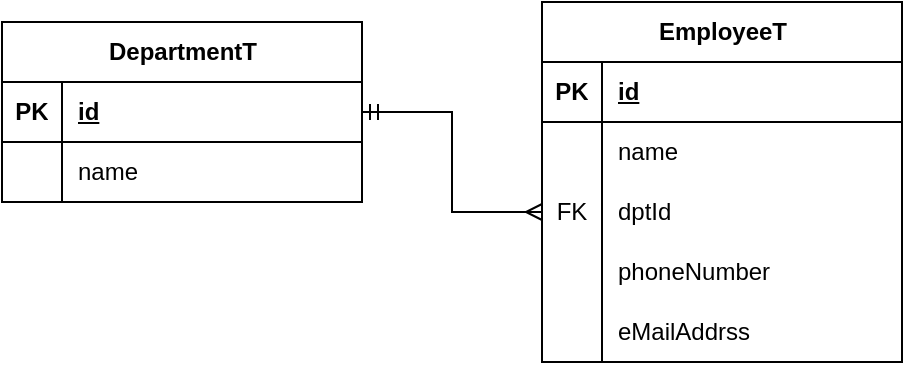
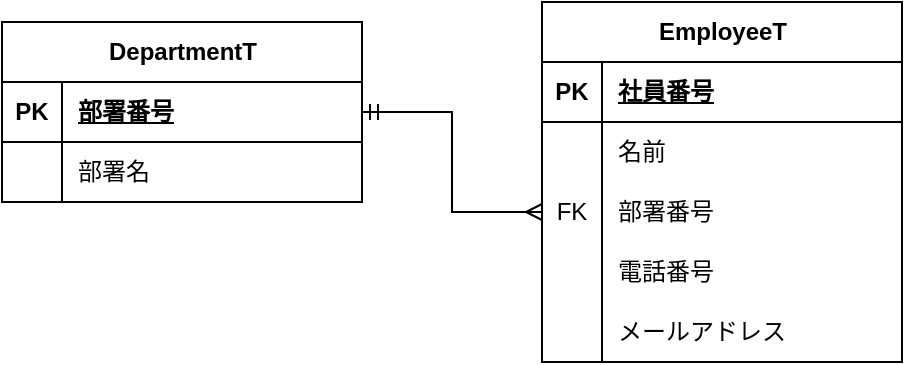
<mxfile host="app.diagrams.net">
  <diagram name="ページ-1" id="qFXkQdTUhJNOJW--J9Lk">
-     <mxGraphModel dx="774" dy="451" grid="1" gridSize="10" guides="1" tooltips="1" connect="1" arrows="1" fold="1" page="1" pageScale="1" pageWidth="827" pageHeight="1169" math="0" shadow="0">
+     <mxGraphModel dx="1013" dy="451" grid="1" gridSize="10" guides="1" tooltips="1" connect="1" arrows="1" fold="1" page="1" pageScale="1" pageWidth="827" pageHeight="1169" math="0" shadow="0">
      <root>
        <mxCell id="0" />
        <mxCell id="1" parent="0" />
        <mxCell id="5Pgmq8pHh0jsgr3lPCGp-1" parent="1" style="shape=table;startSize=30;container=1;collapsible=1;childLayout=tableLayout;fixedRows=1;rowLines=0;fontStyle=1;align=center;resizeLast=1;html=1;" value="EmployeeT" vertex="1">
          <mxGeometry height="180" width="180" x="350" y="110" as="geometry" />
        </mxCell>
        <mxCell id="5Pgmq8pHh0jsgr3lPCGp-2" parent="5Pgmq8pHh0jsgr3lPCGp-1" style="shape=tableRow;horizontal=0;startSize=0;swimlaneHead=0;swimlaneBody=0;fillColor=none;collapsible=0;dropTarget=0;points=[[0,0.5],[1,0.5]];portConstraint=eastwest;top=0;left=0;right=0;bottom=1;" value="" vertex="1">
          <mxGeometry height="30" width="180" y="30" as="geometry" />
        </mxCell>
        <mxCell id="5Pgmq8pHh0jsgr3lPCGp-3" parent="5Pgmq8pHh0jsgr3lPCGp-2" style="shape=partialRectangle;connectable=0;fillColor=none;top=0;left=0;bottom=0;right=0;fontStyle=1;overflow=hidden;whiteSpace=wrap;html=1;" value="PK" vertex="1">
          <mxGeometry height="30" width="30" as="geometry">
            <mxRectangle height="30" width="30" as="alternateBounds" />
          </mxGeometry>
        </mxCell>
-         <mxCell id="5Pgmq8pHh0jsgr3lPCGp-4" parent="5Pgmq8pHh0jsgr3lPCGp-2" style="shape=partialRectangle;connectable=0;fillColor=none;top=0;left=0;bottom=0;right=0;align=left;spacingLeft=6;fontStyle=5;overflow=hidden;whiteSpace=wrap;html=1;" value="id" vertex="1">
+         <mxCell id="5Pgmq8pHh0jsgr3lPCGp-4" parent="5Pgmq8pHh0jsgr3lPCGp-2" style="shape=partialRectangle;connectable=0;fillColor=none;top=0;left=0;bottom=0;right=0;align=left;spacingLeft=6;fontStyle=5;overflow=hidden;whiteSpace=wrap;html=1;" value="社員番号" vertex="1">
          <mxGeometry height="30" width="150" x="30" as="geometry">
            <mxRectangle height="30" width="150" as="alternateBounds" />
          </mxGeometry>
        </mxCell>
        <mxCell id="5Pgmq8pHh0jsgr3lPCGp-5" parent="5Pgmq8pHh0jsgr3lPCGp-1" style="shape=tableRow;horizontal=0;startSize=0;swimlaneHead=0;swimlaneBody=0;fillColor=none;collapsible=0;dropTarget=0;points=[[0,0.5],[1,0.5]];portConstraint=eastwest;top=0;left=0;right=0;bottom=0;" value="" vertex="1">
          <mxGeometry height="30" width="180" y="60" as="geometry" />
        </mxCell>
        <mxCell id="5Pgmq8pHh0jsgr3lPCGp-6" parent="5Pgmq8pHh0jsgr3lPCGp-5" style="shape=partialRectangle;connectable=0;fillColor=none;top=0;left=0;bottom=0;right=0;editable=1;overflow=hidden;whiteSpace=wrap;html=1;" value="" vertex="1">
          <mxGeometry height="30" width="30" as="geometry">
            <mxRectangle height="30" width="30" as="alternateBounds" />
          </mxGeometry>
        </mxCell>
-         <mxCell id="5Pgmq8pHh0jsgr3lPCGp-7" parent="5Pgmq8pHh0jsgr3lPCGp-5" style="shape=partialRectangle;connectable=0;fillColor=none;top=0;left=0;bottom=0;right=0;align=left;spacingLeft=6;overflow=hidden;whiteSpace=wrap;html=1;" value="name" vertex="1">
+         <mxCell id="5Pgmq8pHh0jsgr3lPCGp-7" parent="5Pgmq8pHh0jsgr3lPCGp-5" style="shape=partialRectangle;connectable=0;fillColor=none;top=0;left=0;bottom=0;right=0;align=left;spacingLeft=6;overflow=hidden;whiteSpace=wrap;html=1;" value="名前" vertex="1">
          <mxGeometry height="30" width="150" x="30" as="geometry">
            <mxRectangle height="30" width="150" as="alternateBounds" />
          </mxGeometry>
        </mxCell>
        <mxCell id="5Pgmq8pHh0jsgr3lPCGp-8" parent="5Pgmq8pHh0jsgr3lPCGp-1" style="shape=tableRow;horizontal=0;startSize=0;swimlaneHead=0;swimlaneBody=0;fillColor=none;collapsible=0;dropTarget=0;points=[[0,0.5],[1,0.5]];portConstraint=eastwest;top=0;left=0;right=0;bottom=0;" value="" vertex="1">
          <mxGeometry height="30" width="180" y="90" as="geometry" />
        </mxCell>
        <mxCell id="5Pgmq8pHh0jsgr3lPCGp-9" parent="5Pgmq8pHh0jsgr3lPCGp-8" style="shape=partialRectangle;connectable=0;fillColor=none;top=0;left=0;bottom=0;right=0;editable=1;overflow=hidden;whiteSpace=wrap;html=1;" value="FK" vertex="1">
          <mxGeometry height="30" width="30" as="geometry">
            <mxRectangle height="30" width="30" as="alternateBounds" />
          </mxGeometry>
        </mxCell>
-         <mxCell id="5Pgmq8pHh0jsgr3lPCGp-10" parent="5Pgmq8pHh0jsgr3lPCGp-8" style="shape=partialRectangle;connectable=0;fillColor=none;top=0;left=0;bottom=0;right=0;align=left;spacingLeft=6;overflow=hidden;whiteSpace=wrap;html=1;" value="dptId" vertex="1">
+         <mxCell id="5Pgmq8pHh0jsgr3lPCGp-10" parent="5Pgmq8pHh0jsgr3lPCGp-8" style="shape=partialRectangle;connectable=0;fillColor=none;top=0;left=0;bottom=0;right=0;align=left;spacingLeft=6;overflow=hidden;whiteSpace=wrap;html=1;" value="部署番号" vertex="1">
          <mxGeometry height="30" width="150" x="30" as="geometry">
            <mxRectangle height="30" width="150" as="alternateBounds" />
          </mxGeometry>
        </mxCell>
        <mxCell id="5Pgmq8pHh0jsgr3lPCGp-11" parent="5Pgmq8pHh0jsgr3lPCGp-1" style="shape=tableRow;horizontal=0;startSize=0;swimlaneHead=0;swimlaneBody=0;fillColor=none;collapsible=0;dropTarget=0;points=[[0,0.5],[1,0.5]];portConstraint=eastwest;top=0;left=0;right=0;bottom=0;" value="" vertex="1">
          <mxGeometry height="30" width="180" y="120" as="geometry" />
        </mxCell>
        <mxCell id="5Pgmq8pHh0jsgr3lPCGp-12" parent="5Pgmq8pHh0jsgr3lPCGp-11" style="shape=partialRectangle;connectable=0;fillColor=none;top=0;left=0;bottom=0;right=0;editable=1;overflow=hidden;whiteSpace=wrap;html=1;" value="" vertex="1">
          <mxGeometry height="30" width="30" as="geometry">
            <mxRectangle height="30" width="30" as="alternateBounds" />
          </mxGeometry>
        </mxCell>
-         <mxCell id="5Pgmq8pHh0jsgr3lPCGp-13" parent="5Pgmq8pHh0jsgr3lPCGp-11" style="shape=partialRectangle;connectable=0;fillColor=none;top=0;left=0;bottom=0;right=0;align=left;spacingLeft=6;overflow=hidden;whiteSpace=wrap;html=1;" value="phoneNumber" vertex="1">
+         <mxCell id="5Pgmq8pHh0jsgr3lPCGp-13" parent="5Pgmq8pHh0jsgr3lPCGp-11" style="shape=partialRectangle;connectable=0;fillColor=none;top=0;left=0;bottom=0;right=0;align=left;spacingLeft=6;overflow=hidden;whiteSpace=wrap;html=1;" value="電話番号" vertex="1">
          <mxGeometry height="30" width="150" x="30" as="geometry">
            <mxRectangle height="30" width="150" as="alternateBounds" />
          </mxGeometry>
        </mxCell>
        <mxCell id="5Pgmq8pHh0jsgr3lPCGp-27" parent="5Pgmq8pHh0jsgr3lPCGp-1" style="shape=tableRow;horizontal=0;startSize=0;swimlaneHead=0;swimlaneBody=0;fillColor=none;collapsible=0;dropTarget=0;points=[[0,0.5],[1,0.5]];portConstraint=eastwest;top=0;left=0;right=0;bottom=0;" vertex="1">
          <mxGeometry height="30" width="180" y="150" as="geometry" />
        </mxCell>
        <mxCell id="5Pgmq8pHh0jsgr3lPCGp-28" parent="5Pgmq8pHh0jsgr3lPCGp-27" style="shape=partialRectangle;connectable=0;fillColor=none;top=0;left=0;bottom=0;right=0;editable=1;overflow=hidden;whiteSpace=wrap;html=1;" vertex="1">
          <mxGeometry height="30" width="30" as="geometry">
            <mxRectangle height="30" width="30" as="alternateBounds" />
          </mxGeometry>
        </mxCell>
-         <mxCell id="5Pgmq8pHh0jsgr3lPCGp-29" parent="5Pgmq8pHh0jsgr3lPCGp-27" style="shape=partialRectangle;connectable=0;fillColor=none;top=0;left=0;bottom=0;right=0;align=left;spacingLeft=6;overflow=hidden;whiteSpace=wrap;html=1;" value="eMailAddrss" vertex="1">
+         <mxCell id="5Pgmq8pHh0jsgr3lPCGp-29" parent="5Pgmq8pHh0jsgr3lPCGp-27" style="shape=partialRectangle;connectable=0;fillColor=none;top=0;left=0;bottom=0;right=0;align=left;spacingLeft=6;overflow=hidden;whiteSpace=wrap;html=1;" value="メールアドレス" vertex="1">
          <mxGeometry height="30" width="150" x="30" as="geometry">
            <mxRectangle height="30" width="150" as="alternateBounds" />
          </mxGeometry>
        </mxCell>
        <mxCell id="5Pgmq8pHh0jsgr3lPCGp-14" parent="1" style="shape=table;startSize=30;container=1;collapsible=1;childLayout=tableLayout;fixedRows=1;rowLines=0;fontStyle=1;align=center;resizeLast=1;html=1;" value="DepartmentT" vertex="1">
          <mxGeometry height="90" width="180" x="80" y="120" as="geometry" />
        </mxCell>
        <mxCell id="5Pgmq8pHh0jsgr3lPCGp-15" parent="5Pgmq8pHh0jsgr3lPCGp-14" style="shape=tableRow;horizontal=0;startSize=0;swimlaneHead=0;swimlaneBody=0;fillColor=none;collapsible=0;dropTarget=0;points=[[0,0.5],[1,0.5]];portConstraint=eastwest;top=0;left=0;right=0;bottom=1;" value="" vertex="1">
          <mxGeometry height="30" width="180" y="30" as="geometry" />
        </mxCell>
        <mxCell id="5Pgmq8pHh0jsgr3lPCGp-16" parent="5Pgmq8pHh0jsgr3lPCGp-15" style="shape=partialRectangle;connectable=0;fillColor=none;top=0;left=0;bottom=0;right=0;fontStyle=1;overflow=hidden;whiteSpace=wrap;html=1;" value="PK" vertex="1">
          <mxGeometry height="30" width="30" as="geometry">
            <mxRectangle height="30" width="30" as="alternateBounds" />
          </mxGeometry>
        </mxCell>
-         <mxCell id="5Pgmq8pHh0jsgr3lPCGp-17" parent="5Pgmq8pHh0jsgr3lPCGp-15" style="shape=partialRectangle;connectable=0;fillColor=none;top=0;left=0;bottom=0;right=0;align=left;spacingLeft=6;fontStyle=5;overflow=hidden;whiteSpace=wrap;html=1;" value="id" vertex="1">
+         <mxCell id="5Pgmq8pHh0jsgr3lPCGp-17" parent="5Pgmq8pHh0jsgr3lPCGp-15" style="shape=partialRectangle;connectable=0;fillColor=none;top=0;left=0;bottom=0;right=0;align=left;spacingLeft=6;fontStyle=5;overflow=hidden;whiteSpace=wrap;html=1;" value="部署番号" vertex="1">
          <mxGeometry height="30" width="150" x="30" as="geometry">
            <mxRectangle height="30" width="150" as="alternateBounds" />
          </mxGeometry>
        </mxCell>
        <mxCell id="5Pgmq8pHh0jsgr3lPCGp-18" parent="5Pgmq8pHh0jsgr3lPCGp-14" style="shape=tableRow;horizontal=0;startSize=0;swimlaneHead=0;swimlaneBody=0;fillColor=none;collapsible=0;dropTarget=0;points=[[0,0.5],[1,0.5]];portConstraint=eastwest;top=0;left=0;right=0;bottom=0;" value="" vertex="1">
          <mxGeometry height="30" width="180" y="60" as="geometry" />
        </mxCell>
        <mxCell id="5Pgmq8pHh0jsgr3lPCGp-19" parent="5Pgmq8pHh0jsgr3lPCGp-18" style="shape=partialRectangle;connectable=0;fillColor=none;top=0;left=0;bottom=0;right=0;editable=1;overflow=hidden;whiteSpace=wrap;html=1;" value="" vertex="1">
          <mxGeometry height="30" width="30" as="geometry">
            <mxRectangle height="30" width="30" as="alternateBounds" />
          </mxGeometry>
        </mxCell>
-         <mxCell id="5Pgmq8pHh0jsgr3lPCGp-20" parent="5Pgmq8pHh0jsgr3lPCGp-18" style="shape=partialRectangle;connectable=0;fillColor=none;top=0;left=0;bottom=0;right=0;align=left;spacingLeft=6;overflow=hidden;whiteSpace=wrap;html=1;" value="name" vertex="1">
+         <mxCell id="5Pgmq8pHh0jsgr3lPCGp-20" parent="5Pgmq8pHh0jsgr3lPCGp-18" style="shape=partialRectangle;connectable=0;fillColor=none;top=0;left=0;bottom=0;right=0;align=left;spacingLeft=6;overflow=hidden;whiteSpace=wrap;html=1;" value="部署名" vertex="1">
          <mxGeometry height="30" width="150" x="30" as="geometry">
            <mxRectangle height="30" width="150" as="alternateBounds" />
          </mxGeometry>
        </mxCell>
        <mxCell id="5Pgmq8pHh0jsgr3lPCGp-30" edge="1" parent="1" source="5Pgmq8pHh0jsgr3lPCGp-8" style="edgeStyle=orthogonalEdgeStyle;rounded=0;orthogonalLoop=1;jettySize=auto;html=1;exitX=0;exitY=0.5;exitDx=0;exitDy=0;entryX=1;entryY=0.5;entryDx=0;entryDy=0;endArrow=ERmandOne;endFill=0;startArrow=ERmany;startFill=0;" target="5Pgmq8pHh0jsgr3lPCGp-15">
          <mxGeometry relative="1" as="geometry" />
        </mxCell>
      </root>
    </mxGraphModel>
  </diagram>
</mxfile>
